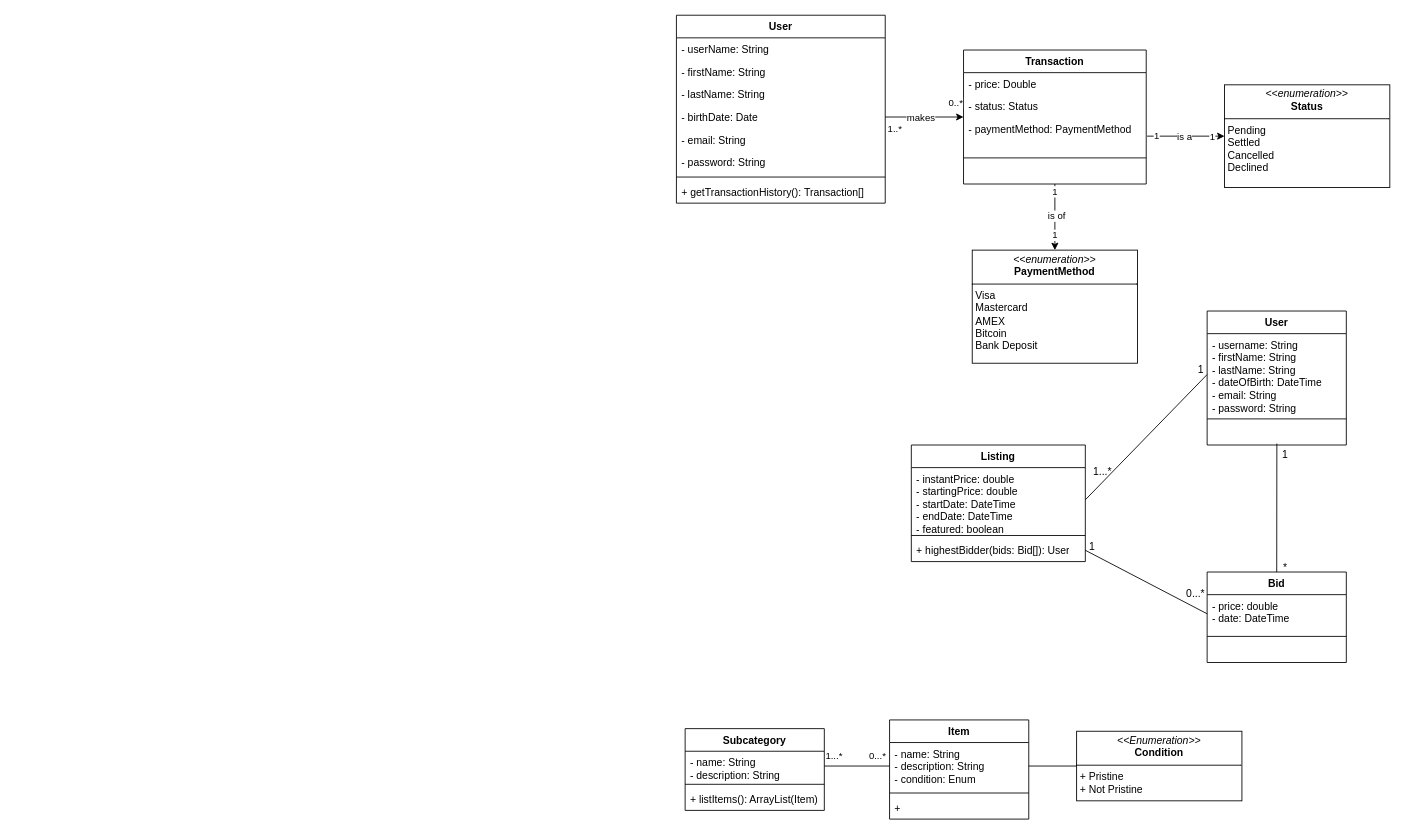
The draw.io diagram page "Page-1" (1 of 2) of Workshop4.drawio in antonykimuom/SWEN30006-2025-SM1-workshop1-tuew05-14-00-team-12, before the edit. Source tidied: cells renumbered, new cells numbered last; positions are measured from the earlier drawing's top-left corner, leaving out a move shared by most shapes. Both pictures are drawn from the tidied source at 87%, with x=0, y=0 at pixel (676, 15).
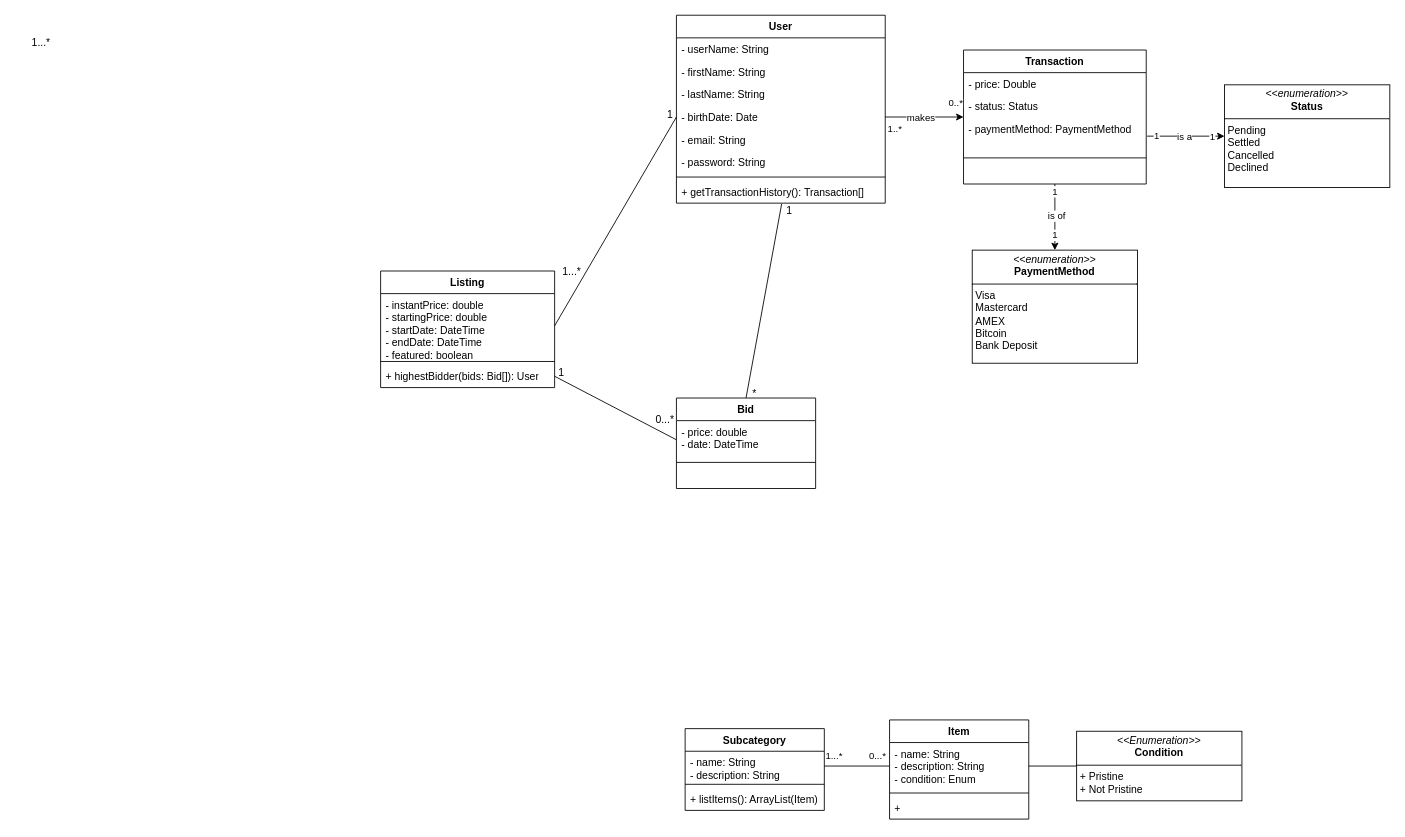
The same diagram, later.

The change refers to these unchanged cells:
```xml
<mxCell id="6" value="- birthDate: Date" style="text;strokeColor=none;fillColor=none;align=left;verticalAlign=top;spacingLeft=4;spacingRight=4;overflow=hidden;points=[[0,0.5],[1,0.5]];portConstraint=eastwest;whiteSpace=wrap;html=1;" parent="2" vertex="1">
  <mxGeometry y="104" width="240" height="26" as="geometry" />
</mxCell>
<mxCell id="10" value="+ getTransactionHistory(): Transaction[]" style="text;strokeColor=none;fillColor=none;align=left;verticalAlign=top;spacingLeft=4;spacingRight=4;overflow=hidden;points=[[0,0.5],[1,0.5]];portConstraint=eastwest;whiteSpace=wrap;html=1;" parent="2" vertex="1">
  <mxGeometry y="190" width="240" height="26" as="geometry" />
</mxCell>
<mxCell id="12" value="- instantPrice: double&lt;div&gt;- startingPrice: double&lt;/div&gt;&lt;div&gt;- startDate: DateTime&lt;/div&gt;&lt;div&gt;- endDate: DateTime&lt;/div&gt;&lt;div&gt;- featured: boolean&lt;/div&gt;" style="text;strokeColor=none;fillColor=none;align=left;verticalAlign=top;spacingLeft=4;spacingRight=4;overflow=hidden;points=[[0,0.5],[1,0.5]];portConstraint=eastwest;whiteSpace=wrap;html=1;" parent="11" vertex="1">
  <mxGeometry y="26" width="200" height="74" as="geometry" />
</mxCell>
```

Change to the diagram source:
```diff
@@
     <mxCell id="11" value="Listing" style="swimlane;fontStyle=1;align=center;verticalAlign=top;horizontal=1;startSize=26;whiteSpace=wrap;html=1;" parent="1" vertex="1">
-      <mxGeometry x="270" y="494" width="200" height="134" as="geometry" />
+      <mxGeometry x="-340" y="294" width="200" height="134" as="geometry" />
     </mxCell>
@@
     <mxCell id="29" value="Bid" style="swimlane;fontStyle=1;align=center;verticalAlign=top;horizontal=1;startSize=26;whiteSpace=wrap;html=1;" parent="1" vertex="1">
-      <mxGeometry x="610" y="640" width="160" height="104" as="geometry" />
+      <mxGeometry y="440" width="160" height="104" as="geometry" />
     </mxCell>
@@
-    <mxCell id="42" value="User" style="swimlane;fontStyle=1;align=center;verticalAlign=top;horizontal=1;startSize=26;whiteSpace=wrap;html=1;" parent="1" vertex="1">
-      <mxGeometry x="610" y="340" width="160" height="154" as="geometry" />
-    </mxCell>
-    <mxCell id="43" value="- username: String&lt;div&gt;- firstName: String&lt;/div&gt;&lt;div&gt;- lastName: String&lt;/div&gt;&lt;div&gt;- dateOfBirth: DateTime&lt;/div&gt;&lt;div&gt;- email: String&lt;/div&gt;&lt;div&gt;- password: String&lt;/div&gt;&lt;div&gt;&lt;br&gt;&lt;/div&gt;" style="text;strokeColor=none;fillColor=none;align=left;verticalAlign=top;spacingLeft=4;spacingRight=4;overflow=hidden;points=[[0,0.5],[1,0.5]];portConstraint=eastwest;whiteSpace=wrap;html=1;" parent="42" vertex="1">
-      <mxGeometry y="26" width="160" height="94" as="geometry" />
-    </mxCell>
-    <mxCell id="44" style="line;strokeWidth=1;fillColor=none;align=left;verticalAlign=middle;spacingTop=-1;spacingLeft=3;spacingRight=3;labelPosition=right;strokeColor=inherit;" parent="42" vertex="1">
-      <mxGeometry y="120" width="160" height="8" as="geometry" />
-    </mxCell>
-    <mxCell id="45" value="&lt;br&gt;&lt;div&gt;&lt;br&gt;&lt;/div&gt;" style="text;strokeColor=none;fillColor=none;align=left;verticalAlign=top;spacingLeft=4;spacingRight=4;overflow=hidden;points=[[0,0.5],[1,0.5]];portConstraint=eastwest;whiteSpace=wrap;html=1;" parent="42" vertex="1">
-      <mxGeometry y="128" width="160" height="26" as="geometry" />
-    </mxCell>
@@
     <mxCell id="55" style="group;" parent="1" vertex="1">
-      <mxGeometry x="448" y="596" width="179" height="84" as="geometry" />
+      <mxGeometry x="-162" y="396" width="179" height="84" as="geometry" />
     </mxCell>
@@
-    <mxCell id="60" style="group;" parent="1" vertex="1">
-      <mxGeometry x="670" y="490" width="60" height="160" as="geometry" />
-    </mxCell>
-    <mxCell id="61" value="1" style="text;html=1;align=center;verticalAlign=middle;whiteSpace=wrap;rounded=0;" parent="60" vertex="1">
-      <mxGeometry width="60" height="30" as="geometry" />
-    </mxCell>
-    <mxCell id="62" value="*" style="text;html=1;align=center;verticalAlign=middle;whiteSpace=wrap;rounded=0;" parent="60" vertex="1">
-      <mxGeometry y="130" width="60" height="30" as="geometry" />
-    </mxCell>
     <mxCell id="63" style="group;" parent="1" vertex="1">
-      <mxGeometry x="460" y="393" width="173" height="147" as="geometry" />
+      <mxGeometry x="-150" y="100" width="173" height="147" as="geometry" />
     </mxCell>
@@
     <mxCell id="65" value="1...*" style="text;html=1;align=center;verticalAlign=middle;whiteSpace=wrap;rounded=0;" parent="63" vertex="1">
-      <mxGeometry y="117" width="60" height="30" as="geometry" />
+      <mxGeometry x="-610" y="-83" width="60" height="30" as="geometry" />
     </mxCell>
@@
-    <mxCell id="67" style="endArrow=none;html=1;rounded=0;entryX=0.5;entryY=0;entryDx=0;entryDy=0;exitX=0.501;exitY=0.939;exitDx=0;exitDy=0;exitPerimeter=0;" parent="1" edge="1" source="45" target="29">
+    <mxCell id="67" style="endArrow=none;html=1;rounded=0;entryX=0.5;entryY=0;entryDx=0;entryDy=0;exitX=0.504;exitY=1.034;exitDx=0;exitDy=0;exitPerimeter=0;" parent="1" edge="1" source="10" target="29">
       <mxGeometry relative="1" as="geometry" />
     </mxCell>
-    <mxCell id="68" style="endArrow=none;html=1;rounded=0;exitX=1;exitY=0.5;exitDx=0;exitDy=0;entryX=0;entryY=0.5;entryDx=0;entryDy=0;" parent="1" edge="1" source="12" target="43">
+    <mxCell id="68" style="endArrow=none;html=1;rounded=0;exitX=1;exitY=0.5;exitDx=0;exitDy=0;entryX=0;entryY=0.5;entryDx=0;entryDy=0;" parent="1" edge="1" source="12" target="6">
       <mxGeometry relative="1" as="geometry" />
     </mxCell>
+    <mxCell id="61" value="1" style="text;html=1;align=center;verticalAlign=middle;whiteSpace=wrap;rounded=0;" parent="1" vertex="1">
+      <mxGeometry x="100" y="210" width="60" height="30" as="geometry" />
+    </mxCell>
+    <mxCell id="62" value="*" style="text;html=1;align=center;verticalAlign=middle;whiteSpace=wrap;rounded=0;" parent="1" vertex="1">
+      <mxGeometry x="60" y="420" width="60" height="30" as="geometry" />
+    </mxCell>
+    <mxCell id="69" value="1...*" style="text;html=1;align=center;verticalAlign=middle;whiteSpace=wrap;rounded=0;" parent="1" vertex="1">
+      <mxGeometry x="-150" y="280" width="60" height="30" as="geometry" />
+    </mxCell>
```
